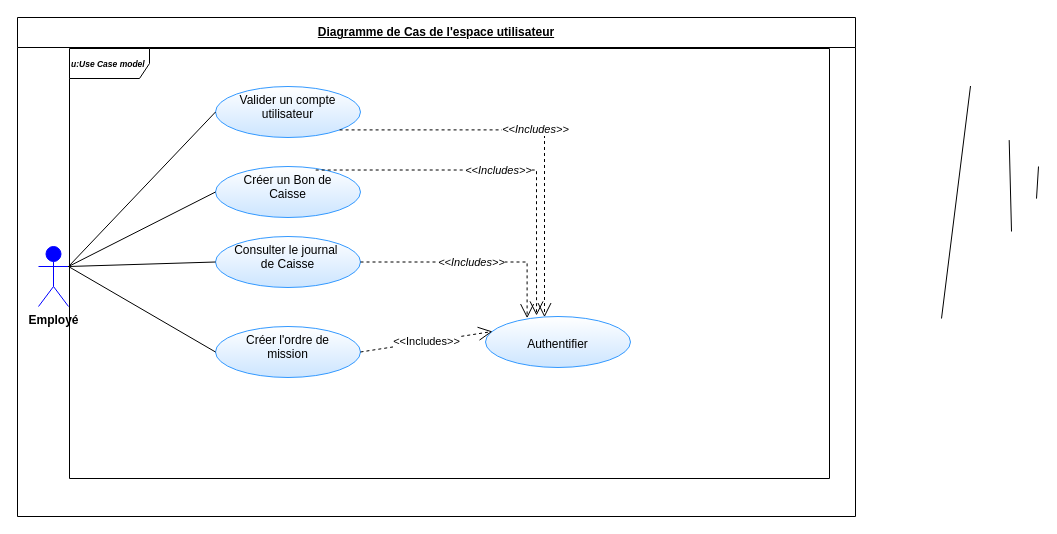
Before: use case Espace utilisateur.drawio in BARIGOU-Imane/Gestion-des-Ordres-de-Mission, a draw.io diagram. Source tidied: cells renumbered, new cells numbered last; positions are measured from the earlier drawing's top-left corner, leaving out a move shared by most shapes. Both pictures are drawn from the tidied source at 100%, with x=0, y=0 at pixel (17, 17).
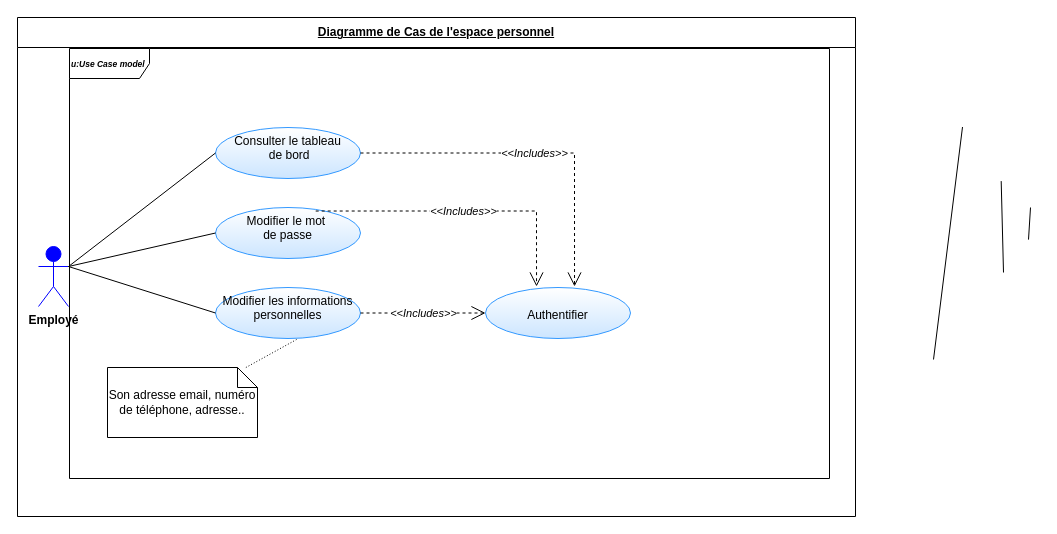
The same page after the edit.

Commit message (it also covers changes not shown here):
Mettre à jour use case Espace utilisateur.drawio

Unchanged cells that the change refers to:
```xml
<mxCell id="6" value="&lt;i&gt;&lt;font style=&quot;font-size: 8.5px;&quot;&gt;&lt;b style=&quot;&quot;&gt;u:Use Case model&lt;/b&gt;&lt;/font&gt;&lt;/i&gt;" style="shape=umlFrame;whiteSpace=wrap;html=1;width=80;align=left;" parent="5" vertex="1">
  <mxGeometry width="760" height="430" relative="1" as="geometry">
    <mxPoint x="52" y="31" as="offset" />
  </mxGeometry>
</mxCell>
<mxCell id="16" value="&lt;div&gt;&lt;b&gt;Employé&lt;/b&gt;&lt;/div&gt;" style="shape=umlActor;verticalLabelPosition=bottom;verticalAlign=top;html=1;outlineConnect=0;direction=east;rotation=0;fillColor=#0000FF;strokeColor=#0000FF;" parent="5" vertex="1">
  <mxGeometry x="21" y="229" width="30" height="60" as="geometry" />
</mxCell>
```

What changed in the source:
```diff
@@
     <mxCell id="2" style="endArrow=none;html=1;rounded=0;entryX=0;entryY=0.3333333333333333;entryDx=0;entryDy=0;exitX=1;exitY=0.5;exitDx=0;exitDy=0;entryPerimeter=0;" parent="1" edge="1">
       <mxGeometry relative="1" as="geometry">
-        <mxPoint x="953" y="68.5" as="sourcePoint" />
-        <mxPoint x="924" y="301" as="targetPoint" />
+        <mxPoint x="945" y="109.5" as="sourcePoint" />
+        <mxPoint x="916" y="342" as="targetPoint" />
       </mxGeometry>
     </mxCell>
     <mxCell id="3" style="endArrow=none;html=1;rounded=0;exitX=0.998;exitY=0.346;exitDx=0;exitDy=0;exitPerimeter=0;entryX=0;entryY=0.3333333333333333;entryDx=0;entryDy=0;entryPerimeter=0;" parent="1" edge="1">
       <mxGeometry relative="1" as="geometry">
-        <mxPoint x="991.7" y="122.6" as="sourcePoint" />
-        <mxPoint x="994" y="214" as="targetPoint" />
+        <mxPoint x="983.7" y="163.6" as="sourcePoint" />
+        <mxPoint x="986" y="255" as="targetPoint" />
       </mxGeometry>
     </mxCell>
     <mxCell id="4" style="endArrow=none;html=1;rounded=0;exitX=1;exitY=0.346;exitDx=0;exitDy=0;exitPerimeter=0;entryX=0;entryY=0.3333333333333333;entryDx=0;entryDy=0;entryPerimeter=0;" parent="1" edge="1">
       <mxGeometry relative="1" as="geometry">
-        <mxPoint x="1019" y="181.1" as="sourcePoint" />
-        <mxPoint x="1021" y="149" as="targetPoint" />
+        <mxPoint x="1011" y="222.1" as="sourcePoint" />
+        <mxPoint x="1013" y="190" as="targetPoint" />
       </mxGeometry>
     </mxCell>
-    <mxCell id="5" value="&lt;u&gt;Diagramme de Cas de l'espace utilisateur&lt;/u&gt;" style="swimlane;fontStyle=1;align=center;horizontal=1;startSize=30;html=1;whiteSpace=wrap;" parent="1" vertex="1">
+    <mxCell id="5" value="&lt;u&gt;Diagramme de Cas de l'espace personnel&lt;/u&gt;" style="swimlane;fontStyle=1;align=center;horizontal=1;startSize=30;html=1;whiteSpace=wrap;" parent="1" vertex="1">
       <mxGeometry width="838" height="499" as="geometry" />
     </mxCell>
@@
     <mxCell id="7" value="&lt;div&gt;&lt;br&gt;&lt;/div&gt;Authentifier" style="ellipse;whiteSpace=wrap;html=1;verticalAlign=top;strokeColor=#3399FF;gradientColor=#CCE5FF;" parent="6" vertex="1">
-      <mxGeometry x="416" y="268" width="145" height="51" as="geometry" />
+      <mxGeometry x="416" y="239" width="145" height="51" as="geometry" />
     </mxCell>
-    <mxCell id="8" value="Créer l'ordre de&lt;div&gt;&amp;nbsp;mission&amp;nbsp;&lt;/div&gt;" style="ellipse;whiteSpace=wrap;html=1;verticalAlign=top;strokeColor=#3399FF;gradientColor=#CCE5FF;" parent="6" vertex="1">
-      <mxGeometry x="146" y="278" width="145" height="51" as="geometry" />
-    </mxCell>
-    <mxCell id="9" value="&amp;lt;&amp;lt;Includes&amp;gt;&amp;gt;" style="endArrow=open;endSize=12;dashed=1;html=1;rounded=0;exitX=1;exitY=0.5;exitDx=0;exitDy=0;entryX=0.048;entryY=0.294;entryDx=0;entryDy=0;entryPerimeter=0;" parent="6" edge="1" source="8" target="7">
-      <mxGeometry relative="1" as="geometry" />
-    </mxCell>
-    <mxCell id="10" value="&lt;div&gt;Consulter le journal&amp;nbsp;&lt;br&gt;&lt;/div&gt;&lt;div&gt;de Caisse&lt;/div&gt;" style="ellipse;whiteSpace=wrap;html=1;verticalAlign=top;strokeColor=#3399FF;gradientColor=#CCE5FF;" parent="6" vertex="1">
-      <mxGeometry x="146" y="188" width="145" height="51" as="geometry" />
+    <mxCell id="10" value="&lt;div&gt;Modifier les informations personnelles&lt;/div&gt;" style="ellipse;whiteSpace=wrap;html=1;verticalAlign=top;strokeColor=#3399FF;gradientColor=#CCE5FF;" parent="6" vertex="1">
+      <mxGeometry x="146" y="239" width="145" height="51" as="geometry" />
     </mxCell>
-    <mxCell id="11" value="&lt;i&gt;&amp;lt;&amp;lt;Includes&amp;gt;&amp;gt;&lt;/i&gt;" style="endArrow=open;endSize=12;dashed=1;html=1;rounded=0;edgeStyle=orthogonalEdgeStyle;exitX=1;exitY=0.5;exitDx=0;exitDy=0;entryX=0.287;entryY=0.033;entryDx=0;entryDy=0;entryPerimeter=0;" parent="6" edge="1" source="10" target="7">
+    <mxCell id="11" value="&lt;i&gt;&amp;lt;&amp;lt;Includes&amp;gt;&amp;gt;&lt;/i&gt;" style="endArrow=open;endSize=12;dashed=1;html=1;rounded=0;edgeStyle=orthogonalEdgeStyle;exitX=1;exitY=0.5;exitDx=0;exitDy=0;" parent="6" edge="1" source="10" target="7">
       <mxGeometry relative="1" as="geometry" />
     </mxCell>
-    <mxCell id="12" value="&lt;font style=&quot;&quot; face=&quot;Helvetica&quot;&gt;Créer un Bon de&lt;/font&gt;&lt;div&gt;&lt;font style=&quot;&quot; face=&quot;XJRX87y96gQI-0x3qHEv&quot;&gt;&amp;nbsp;Caisse&lt;b&gt;&amp;nbsp;&lt;/b&gt;&lt;/font&gt;&lt;/div&gt;" style="ellipse;whiteSpace=wrap;html=1;verticalAlign=top;strokeColor=#3399FF;gradientColor=#CCE5FF;" parent="6" vertex="1">
-      <mxGeometry x="146" y="118" width="145" height="51" as="geometry" />
+    <mxCell id="12" value="Modifier le mot&amp;nbsp;&lt;div&gt;de passe&lt;/div&gt;" style="ellipse;whiteSpace=wrap;html=1;verticalAlign=top;strokeColor=#3399FF;gradientColor=#CCE5FF;" parent="6" vertex="1">
+      <mxGeometry x="146" y="159" width="145" height="51" as="geometry" />
     </mxCell>
@@
-    <mxCell id="14" value="&lt;div&gt;&lt;span style=&quot;background-color: initial;&quot;&gt;Valider un compte utilisateur&lt;/span&gt;&lt;br&gt;&lt;/div&gt;" style="ellipse;whiteSpace=wrap;html=1;verticalAlign=top;strokeColor=#3399FF;gradientColor=#CCE5FF;" parent="6" vertex="1">
-      <mxGeometry x="146" y="38" width="145" height="51" as="geometry" />
+    <mxCell id="14" value="&lt;div&gt;&lt;span style=&quot;background-color: initial;&quot;&gt;Consulter le tableau&lt;/span&gt;&lt;/div&gt;&lt;div&gt;&lt;span style=&quot;background-color: initial;&quot;&gt;&amp;nbsp;de bord&lt;/span&gt;&lt;br&gt;&lt;/div&gt;" style="ellipse;whiteSpace=wrap;html=1;verticalAlign=top;strokeColor=#3399FF;gradientColor=#CCE5FF;" parent="6" vertex="1">
+      <mxGeometry x="146" y="79" width="145" height="51" as="geometry" />
     </mxCell>
-    <mxCell id="15" value="&lt;i&gt;&amp;lt;&amp;lt;Includes&amp;gt;&amp;gt;&lt;/i&gt;" style="endArrow=open;endSize=12;dashed=1;html=1;rounded=0;edgeStyle=orthogonalEdgeStyle;exitX=1;exitY=1;exitDx=0;exitDy=0;entryX=0.407;entryY=0.013;entryDx=0;entryDy=0;entryPerimeter=0;" parent="6" edge="1" source="14" target="7">
+    <mxCell id="15" value="&lt;i&gt;&amp;lt;&amp;lt;Includes&amp;gt;&amp;gt;&lt;/i&gt;" style="endArrow=open;endSize=12;dashed=1;html=1;rounded=0;edgeStyle=orthogonalEdgeStyle;exitX=1;exitY=0.5;exitDx=0;exitDy=0;entryX=0.614;entryY=-0.02;entryDx=0;entryDy=0;entryPerimeter=0;" parent="6" edge="1" source="14" target="7">
       <mxGeometry relative="1" as="geometry" />
     </mxCell>
+    <mxCell id="21" value="Son adresse email, numéro de téléphone, adresse.." style="shape=note;size=20;whiteSpace=wrap;html=1;" parent="6" vertex="1">
+      <mxGeometry x="38" y="319" width="150" height="70" as="geometry" />
+    </mxCell>
+    <mxCell id="22" style="endArrow=none;html=1;rounded=0;dashed=1;dashPattern=1 2;entryX=0.559;entryY=1.02;entryDx=0;entryDy=0;entryPerimeter=0;" parent="6" edge="1" source="21" target="10">
+      <mxGeometry relative="1" as="geometry" />
+    </mxCell>
+    <mxCell id="23" style="html=1;whiteSpace=wrap;align=right;verticalAlign=bottom;" parent="22" vertex="1">
+      <mxGeometry x="1" relative="1" as="geometry" />
+    </mxCell>
@@
-    <mxCell id="17" style="endArrow=none;html=1;rounded=0;entryX=0;entryY=0.5;entryDx=0;entryDy=0;exitX=1;exitY=0.3333333333333333;exitDx=0;exitDy=0;exitPerimeter=0;" parent="5" edge="1" source="16" target="8">
-      <mxGeometry relative="1" as="geometry" />
-    </mxCell>
```
